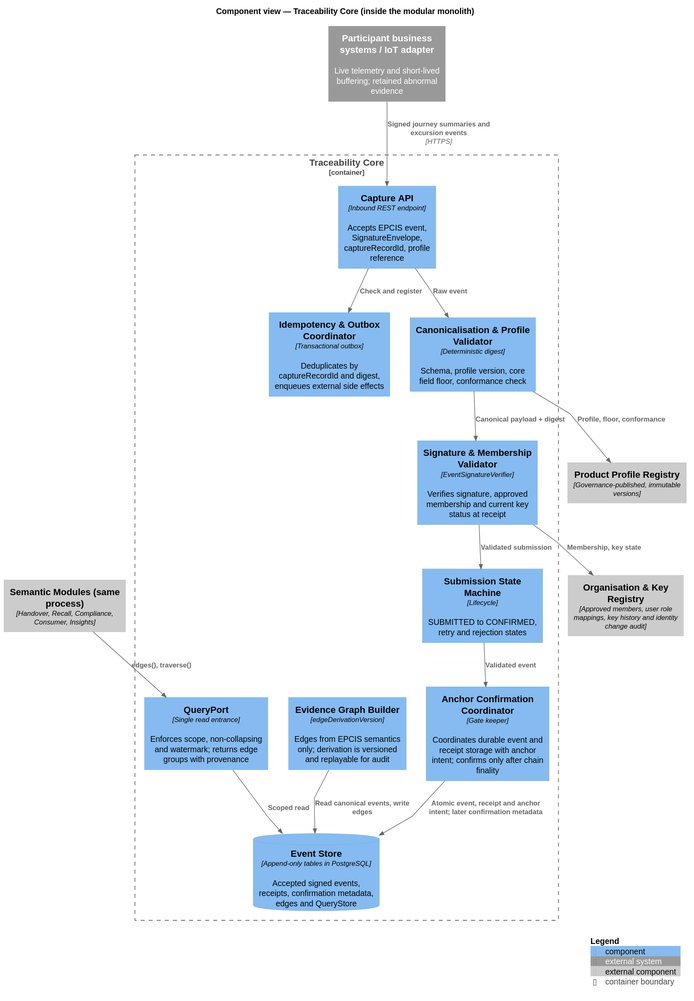
kuangshen04/48433assignment keeps this PlantUML diagram as docs/public/diagrams/core-component.svg. Above is the earlier version.
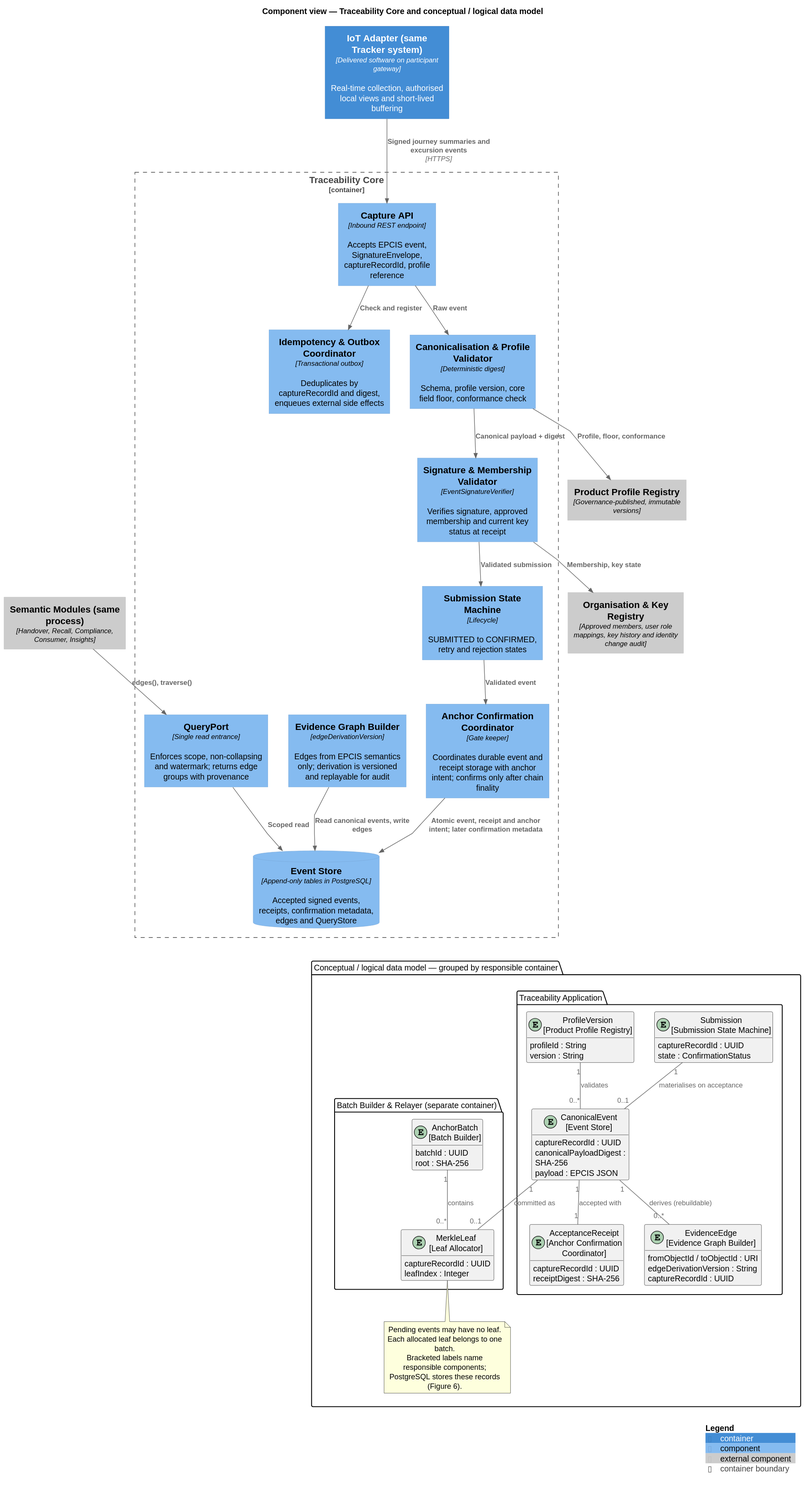
After the commit.

What changed in the source:
```diff
@@ -2,7 +2,11 @@
 !include ../vendor/C4_Component.puml
 !include ../vendor/style.puml
 
-title Component view — Traceability Core (inside the modular monolith)
+allowmixing
+hide empty methods
+skinparam classAttributeIconSize 0
+
+title Component view — Traceability Core and conceptual / logical data model
 
 Container_Boundary(core, "Traceability Core") {
 
@@ -20,9 +24,9 @@
 Component_Ext(modules, "Semantic Modules (same process)", "Handover, Recall, Compliance, Consumer, Insights")
 Component_Ext(idgov, "Organisation & Key Registry", "Approved members, user role mappings, key history and identity change audit")
 Component_Ext(profiles, "Product Profile Registry", "Governance-published, immutable versions")
-System_Ext(participantSystems, "Participant business systems / IoT adapter", "Live telemetry and short-lived buffering; retained abnormal evidence")
+Container(iot, "IoT Adapter (same Tracker system)", "Delivered software on participant gateway", "Real-time collection, authorised local views and short-lived buffering")
 
-Rel(participantSystems, capture, "Signed journey summaries and excursion events", "HTTPS")
+Rel(iot, capture, "Signed journey summaries and excursion events", "HTTPS")
 Rel(capture, idem, "Check and register")
 Rel(capture, canon, "Raw event")
 Rel(canon, sig, "Canonical payload + digest")
@@ -35,5 +39,57 @@
 Rel(sig, idgov, "Membership, key state")
 Rel(canon, profiles, "Profile, floor, conformance")
 
+package "Conceptual / logical data model — grouped by responsible container" as dataModel {
+  package "Traceability Application" as appData {
+    entity "Submission\n[Submission State Machine]" as dSubmission {
+      captureRecordId : UUID
+      state : ConfirmationStatus
+    }
+    entity "CanonicalEvent\n[Event Store]" as dEvent {
+      captureRecordId : UUID
+      canonicalPayloadDigest : SHA-256
+      payload : EPCIS JSON
+    }
+    entity "ProfileVersion\n[Product Profile Registry]" as dProfile {
+      profileId : String
+      version : String
+    }
+    entity "AcceptanceReceipt\n[Anchor Confirmation Coordinator]" as dReceipt {
+      captureRecordId : UUID
+      receiptDigest : SHA-256
+    }
+    entity "EvidenceEdge\n[Evidence Graph Builder]" as dEdge {
+      fromObjectId / toObjectId : URI
+      edgeDerivationVersion : String
+      captureRecordId : UUID
+    }
+  }
+  package "Batch Builder & Relayer (separate container)" as relayerData {
+    entity "MerkleLeaf\n[Leaf Allocator]" as dLeaf {
+      captureRecordId : UUID
+      leafIndex : Integer
+    }
+    entity "AnchorBatch\n[Batch Builder]" as dBatch {
+      batchId : UUID
+      root : SHA-256
+    }
+  }
+  dSubmission "1" -- "0..1" dEvent : materialises on acceptance
+  dProfile "1" -- "0..*" dEvent : validates
+  dEvent "1" -- "1" dReceipt : accepted with
+  dEvent "1" -- "0..*" dEdge : derives (rebuildable)
+  dEvent "1" -- "0..1" dLeaf : committed as
+  dBatch "1" -- "0..*" dLeaf : contains
+  note bottom of dLeaf
+    Pending events may have no leaf.
+    Each allocated leaf belongs to one batch.
+    Bracketed labels name responsible components;
+    PostgreSQL stores these records (Figure 6).
+  end note
+}
+
+
+store -[hidden]down-> dataModel
+
 SHOW_LEGEND()
 @enduml
```
